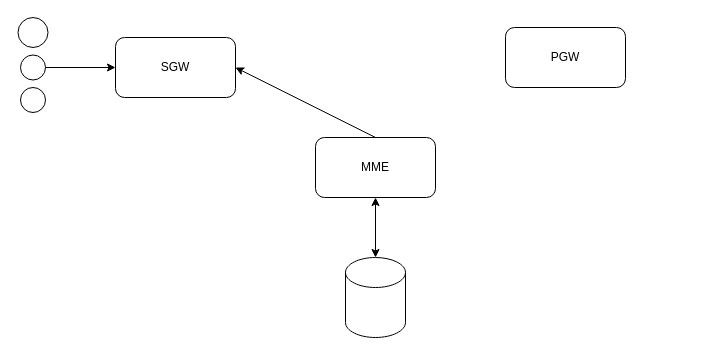
Before: system.drawio in sanzor/4G-Network-Evolved-Packet-Core, a draw.io diagram. Source tidied: cells renumbered, new cells numbered last; positions are measured from the earlier drawing's top-left corner, leaving out a move shared by most shapes. Both pictures are drawn from the tidied source at 100%, with x=0, y=0 at pixel (17, 17).
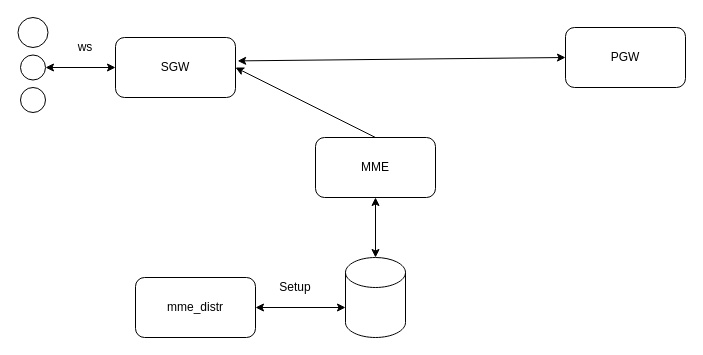
The same diagram, later.

What changed in the source:
```diff
@@
 <mxGraphModel>
   <root>
     <mxCell id="0" />
     <mxCell id="1" parent="0" />
     <mxCell id="2" value="PGW" style="rounded=1;whiteSpace=wrap;html=1;" parent="1" vertex="1">
-      <mxGeometry x="488" y="10" width="120" height="60" as="geometry" />
+      <mxGeometry x="548" y="10" width="120" height="60" as="geometry" />
     </mxCell>
     <mxCell id="3" value="MME" style="rounded=1;whiteSpace=wrap;html=1;" parent="1" vertex="1">
       <mxGeometry x="298" y="120" width="120" height="60" as="geometry" />
     </mxCell>
     <mxCell id="4" style="shape=cylinder3;whiteSpace=wrap;html=1;boundedLbl=1;backgroundOutline=1;size=15;" parent="1" vertex="1">
       <mxGeometry x="328" y="240" width="60" height="80" as="geometry" />
     </mxCell>
     <mxCell id="5" style="endArrow=classic;startArrow=classic;html=1;exitX=0.5;exitY=0;exitDx=0;exitDy=0;exitPerimeter=0;entryX=0.5;entryY=1;entryDx=0;entryDy=0;" parent="1" edge="1" source="4" target="3">
       <mxGeometry relative="1" as="geometry" />
     </mxCell>
     <mxCell id="6" value="SGW" style="rounded=1;whiteSpace=wrap;html=1;" parent="1" vertex="1">
       <mxGeometry x="98" y="20" width="120" height="60" as="geometry" />
     </mxCell>
     <mxCell id="7" style="ellipse;whiteSpace=wrap;html=1;" parent="1" vertex="1">
       <mxGeometry x="3" y="70" width="25" height="25" as="geometry" />
     </mxCell>
     <mxCell id="8" style="ellipse;whiteSpace=wrap;html=1;" parent="1" vertex="1">
       <mxGeometry x="3" y="37.5" width="25" height="25" as="geometry" />
     </mxCell>
     <mxCell id="9" style="ellipse;whiteSpace=wrap;html=1;" parent="1" vertex="1">
       <mxGeometry x="0.5" width="30" height="30" as="geometry" />
     </mxCell>
+    <mxCell id="11" style="endArrow=classic;html=1;exitX=0.5;exitY=0;exitDx=0;exitDy=0;entryX=1;entryY=0.5;entryDx=0;entryDy=0;" parent="1" edge="1" source="3" target="6">
+      <mxGeometry relative="1" as="geometry" />
+    </mxCell>
+    <mxCell id="12" value="mme_distr" style="rounded=1;whiteSpace=wrap;html=1;" parent="1" vertex="1">
+      <mxGeometry x="118" y="260" width="120" height="60" as="geometry" />
+    </mxCell>
+    <mxCell id="13" style="endArrow=classic;startArrow=classic;html=1;exitX=1;exitY=0.5;exitDx=0;exitDy=0;" parent="1" edge="1" source="12">
+      <mxGeometry relative="1" as="geometry">
+        <mxPoint x="328" y="290" as="targetPoint" />
+      </mxGeometry>
+    </mxCell>
+    <mxCell id="14" value="Setup" style="text;html=1;strokeColor=none;fillColor=none;align=center;verticalAlign=middle;whiteSpace=wrap;rounded=0;" parent="1" vertex="1">
+      <mxGeometry x="258" y="260" width="40" height="20" as="geometry" />
+    </mxCell>
+    <mxCell id="15" value="ws" style="text;html=1;strokeColor=none;fillColor=none;align=center;verticalAlign=middle;whiteSpace=wrap;rounded=0;" parent="1" vertex="1">
+      <mxGeometry x="48" y="20" width="40" height="20" as="geometry" />
+    </mxCell>
-    <mxCell id="10" style="endArrow=classic;html=1;exitX=1;exitY=0.5;exitDx=0;exitDy=0;entryX=0;entryY=0.5;entryDx=0;entryDy=0;" parent="1" edge="1" source="8" target="6">
+    <mxCell id="10" style="endArrow=classic;startArrow=classic;html=1;exitX=1;exitY=0.5;exitDx=0;exitDy=0;entryX=0;entryY=0.5;entryDx=0;entryDy=0;" parent="1" edge="1" source="8" target="6">
       <mxGeometry relative="1" as="geometry" />
     </mxCell>
-    <mxCell id="11" style="endArrow=classic;html=1;exitX=0.5;exitY=0;exitDx=0;exitDy=0;entryX=1;entryY=0.5;entryDx=0;entryDy=0;" parent="1" edge="1" source="3" target="6">
-      <mxGeometry relative="1" as="geometry" />
-    </mxCell>
+    <mxCell id="16" style="endArrow=classic;startArrow=classic;html=1;exitX=1.018;exitY=0.39;exitDx=0;exitDy=0;exitPerimeter=0;entryX=0;entryY=0.5;entryDx=0;entryDy=0;" parent="1" edge="1" source="6" target="2">
+      <mxGeometry relative="1" as="geometry" />
+    </mxCell>
   </root>
 </mxGraphModel>
```
